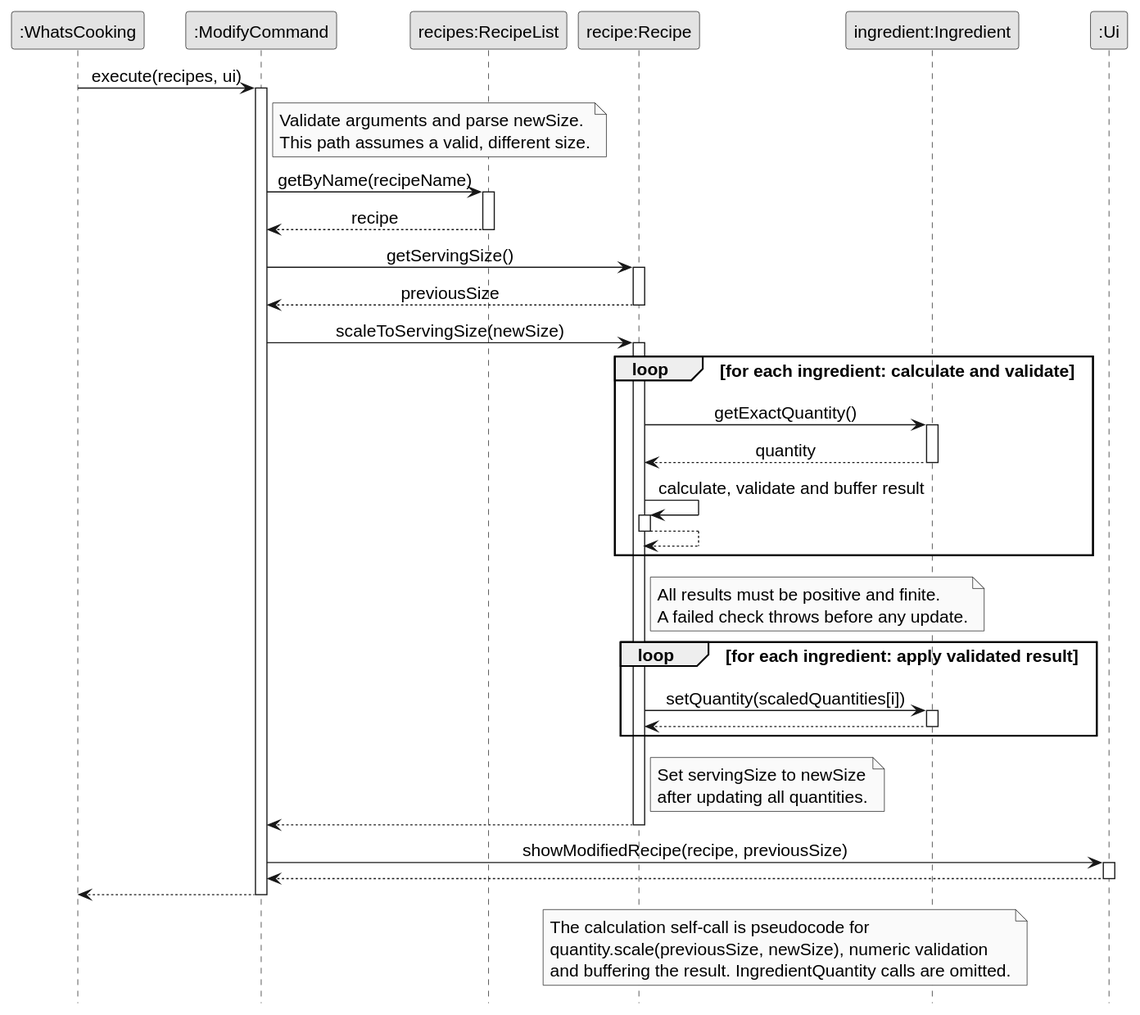
The PlantUML diagram docs/diagrams/modify-serving-size.svg in AY2627S1-CS2113-W14-3/tp, before a commit. Its diagram source:
```plantuml
@startuml
skinparam monochrome true
skinparam shadowing false
skinparam defaultFontName SansSerif
skinparam defaultFontSize 15
skinparam sequenceMessageAlign center
hide footbox

participant ":WhatsCooking" as App
participant ":ModifyCommand" as Command
participant "recipes:RecipeList" as Recipes
participant "recipe:Recipe" as Recipe
participant "ingredient:Ingredient" as Ingredient
participant ":Ui" as UI

App -> Command : execute(recipes, ui)
activate Command
note right of Command
  Validate arguments and parse newSize.
  This path assumes a valid, different size.
end note
Command -> Recipes : getByName(recipeName)
activate Recipes
Recipes --> Command : recipe
deactivate Recipes
Command -> Recipe : getServingSize()
activate Recipe
Recipe --> Command : previousSize
deactivate Recipe
Command -> Recipe : scaleToServingSize(newSize)
activate Recipe

loop for each ingredient: calculate and validate
  Recipe -> Ingredient : getExactQuantity()
  activate Ingredient
  Ingredient --> Recipe : quantity
  deactivate Ingredient
  Recipe -> Recipe : calculate, validate and buffer result
  activate Recipe
  Recipe --> Recipe
  deactivate Recipe
end
note right of Recipe
  All results must be positive and finite.
  A failed check throws before any update.
end note
loop for each ingredient: apply validated result
  Recipe -> Ingredient : setQuantity(scaledQuantities[i])
  activate Ingredient
  Ingredient --> Recipe
  deactivate Ingredient
end
note right of Recipe
  Set servingSize to newSize
  after updating all quantities.
end note
Recipe --> Command
deactivate Recipe
Command -> UI : showModifiedRecipe(recipe, previousSize)
activate UI
UI --> Command
deactivate UI
Command --> App
deactivate Command

note over Recipe, Ingredient
  The calculation self-call is pseudocode for
  quantity.scale(previousSize, newSize), numeric validation
  and buffering the result. IngredientQuantity calls are omitted.
end note
@enduml
```
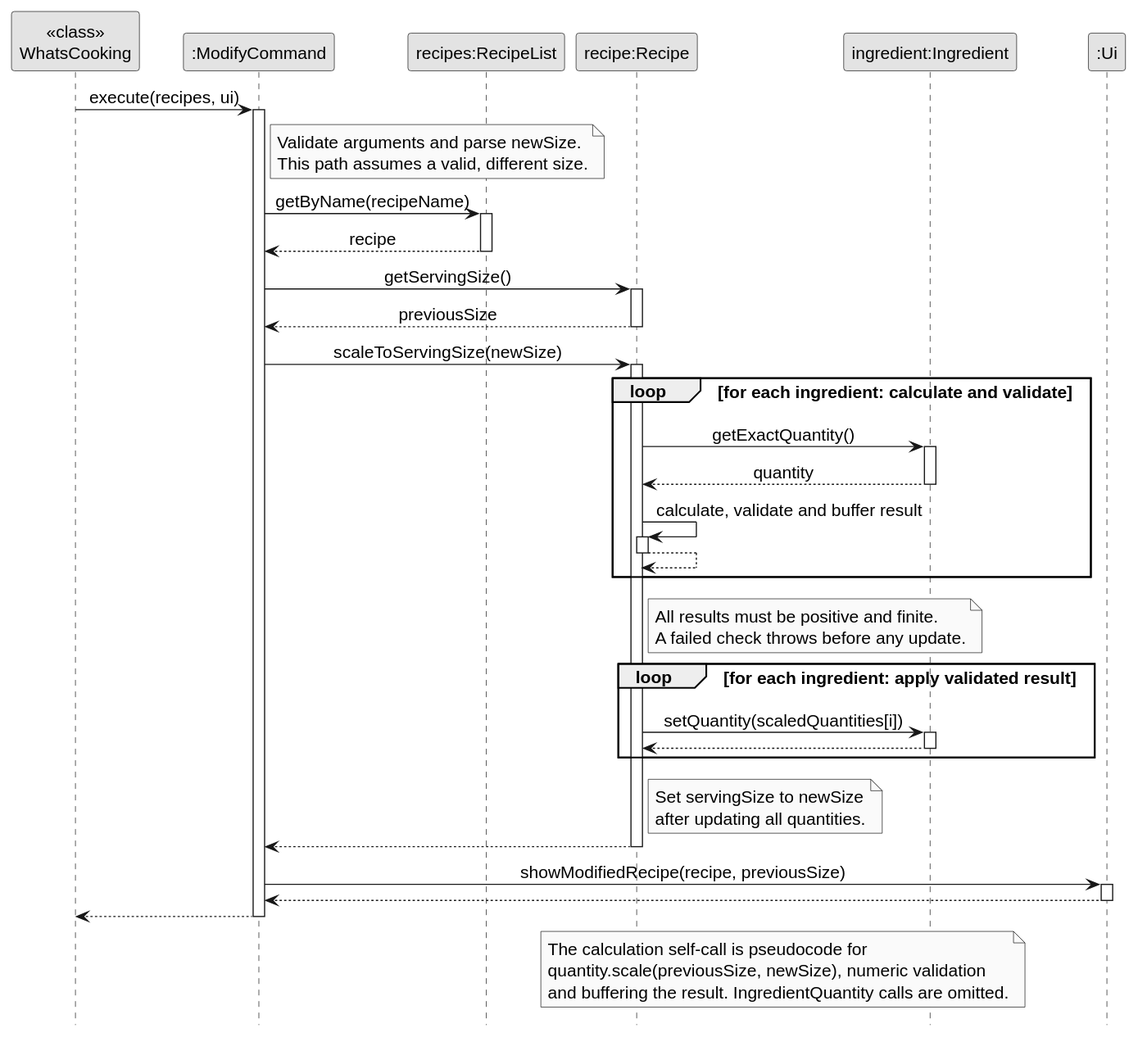
The same file after the commit.

The edit, as a diff of the source:
```diff
@@ -6,7 +6,7 @@
 skinparam sequenceMessageAlign center
 hide footbox
 
-participant ":WhatsCooking" as App
+participant "<<class>>\nWhatsCooking" as App
 participant ":ModifyCommand" as Command
 participant "recipes:RecipeList" as Recipes
 participant "recipe:Recipe" as Recipe
```
